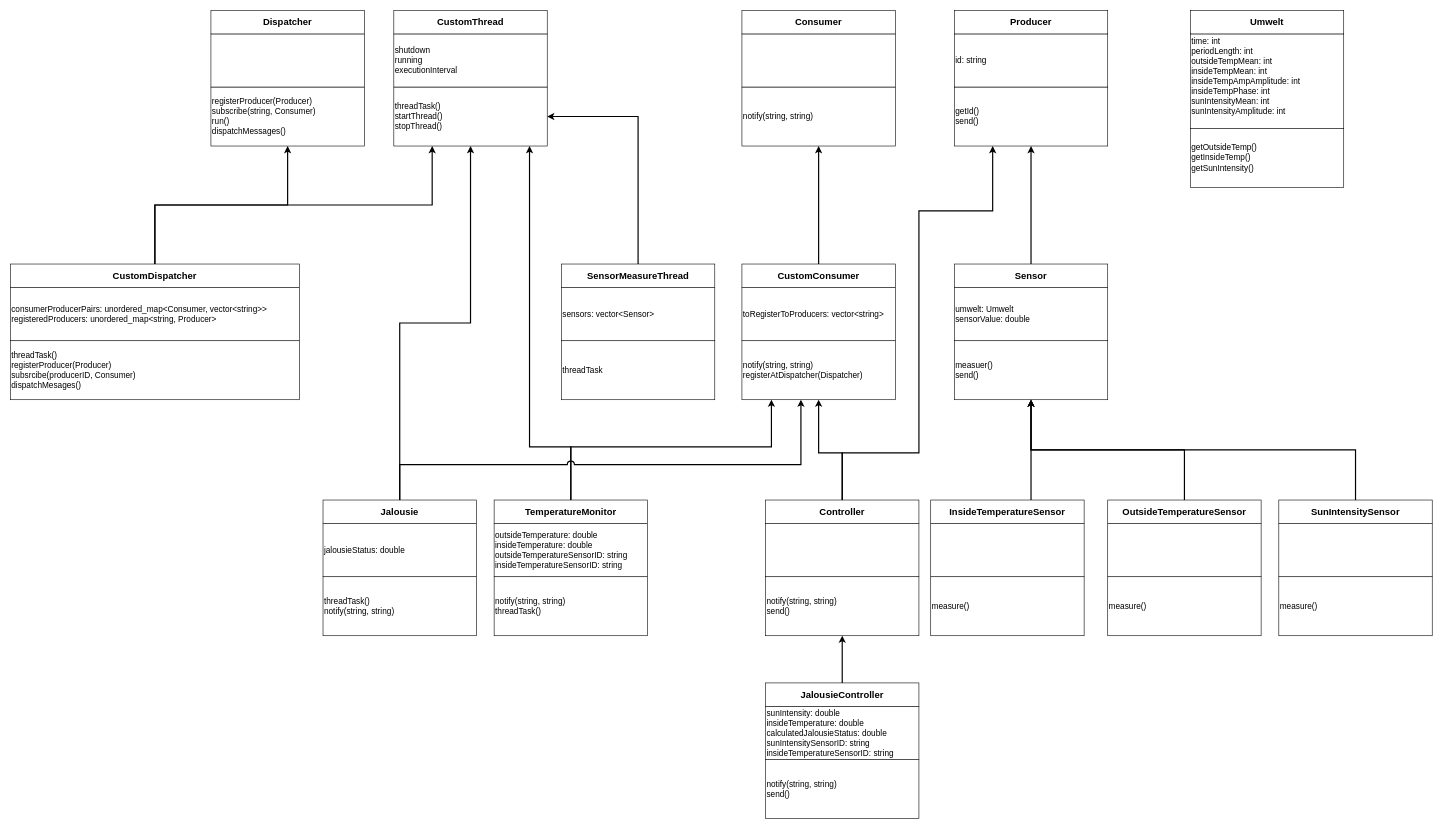
The draw.io diagram Documentation/Part2Task1ClassDiagramm.drawio in LukasReil/ProgrammentwurfQ2, before the edit. Source tidied: cells renumbered, new cells numbered last; positions are measured from the earlier drawing's top-left corner, leaving out a move shared by most shapes. Both pictures are drawn from the tidied source at 59%, with x=0, y=0 at pixel (10, 10).
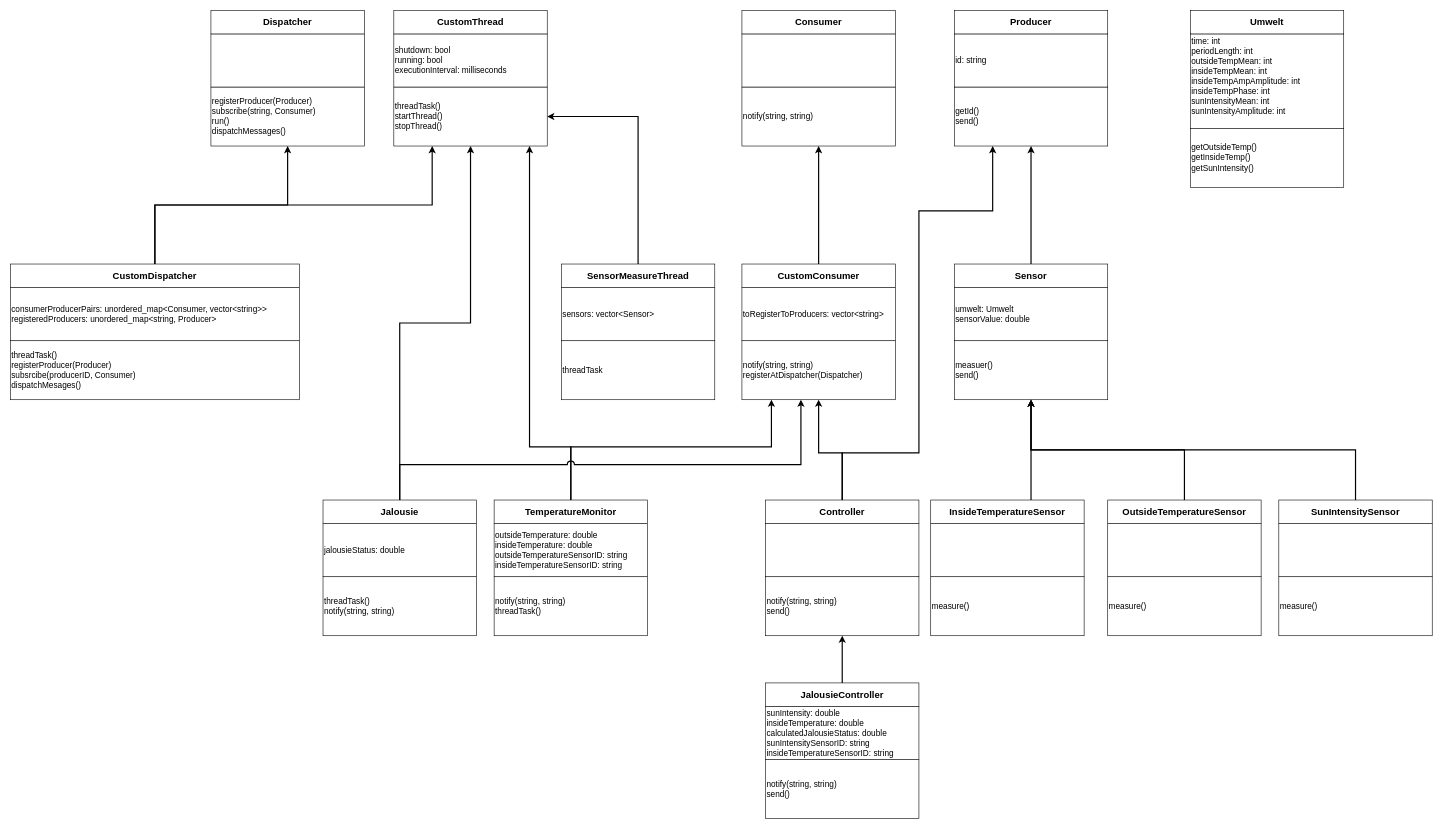
After the change.

The change refers to these unchanged cells:
```xml
<mxCell id="32" style="group;" parent="1" vertex="1">
  <mxGeometry x="650" width="260" height="230" as="geometry" />
</mxCell>
```

Diff of the diagram source:
```diff
@@
-    <mxCell id="34" value="&lt;font style=&quot;font-size: 14px;&quot;&gt;shutdown&lt;/font&gt;&lt;div&gt;&lt;font style=&quot;font-size: 14px;&quot;&gt;running&lt;/font&gt;&lt;/div&gt;&lt;div&gt;&lt;font style=&quot;font-size: 14px;&quot;&gt;executionInterval&lt;/font&gt;&lt;/div&gt;" style="rounded=0;whiteSpace=wrap;html=1;align=left;" parent="32" vertex="1">
+    <mxCell id="34" value="&lt;font style=&quot;font-size: 14px;&quot;&gt;shutdown: bool&lt;/font&gt;&lt;div&gt;&lt;font style=&quot;font-size: 14px;&quot;&gt;running: bool&lt;/font&gt;&lt;/div&gt;&lt;div&gt;&lt;font style=&quot;font-size: 14px;&quot;&gt;executionInterval: milliseconds&lt;/font&gt;&lt;/div&gt;" style="rounded=0;whiteSpace=wrap;html=1;align=left;" parent="32" vertex="1">
       <mxGeometry y="40" width="260" height="90" as="geometry" />
     </mxCell>
```
